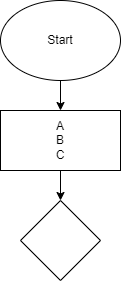
The draw.io diagram Lesson01/Task02/example.drawio.png in Gladun-D/Seminar1C, before a commit. Source tidied: cells renumbered, new cells last; positions are measured from the earlier drawing's top-left corner, leaving out a move shared by most shapes.
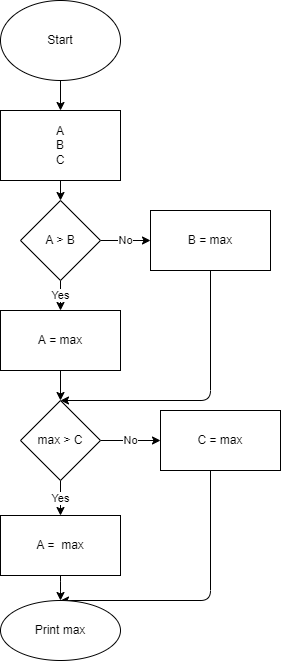
After the commit.

What changed in the source:
```diff
@@ -11,11 +11,64 @@
     <mxCell id="4" style="edgeStyle=none;html=1;" parent="1" edge="1" source="5" target="6">
       <mxGeometry relative="1" as="geometry" />
     </mxCell>
-    <mxCell id="5" value="A&lt;br&gt;B&lt;br&gt;C" style="whiteSpace=wrap;html=1;" parent="1" vertex="1">
-      <mxGeometry y="110" width="120" height="60" as="geometry" />
+    <mxCell id="5" value="A&lt;br&gt;B&lt;br&gt;C&lt;br&gt;" style="whiteSpace=wrap;html=1;" parent="1" vertex="1">
+      <mxGeometry y="110" width="120" height="70" as="geometry" />
     </mxCell>
+    <mxCell id="7" value="Yes" style="edgeStyle=none;html=1;" parent="1" edge="1" source="6" target="10">
+      <mxGeometry relative="1" as="geometry" />
+    </mxCell>
+    <mxCell id="8" value="No" style="edgeStyle=none;html=1;" parent="1" edge="1" source="6" target="12">
+      <mxGeometry relative="1" as="geometry" />
+    </mxCell>
-    <mxCell id="6" style="rhombus;whiteSpace=wrap;html=1;" parent="1" vertex="1">
+    <mxCell id="6" value="A &amp;gt; B" style="rhombus;whiteSpace=wrap;html=1;" parent="1" vertex="1">
       <mxGeometry x="20" y="200" width="80" height="80" as="geometry" />
     </mxCell>
+    <mxCell id="9" style="edgeStyle=none;html=1;" parent="1" edge="1" source="10" target="15">
+      <mxGeometry relative="1" as="geometry" />
+    </mxCell>
+    <mxCell id="10" value="A = max" style="whiteSpace=wrap;html=1;" parent="1" vertex="1">
+      <mxGeometry y="310" width="120" height="60" as="geometry" />
+    </mxCell>
+    <mxCell id="11" style="edgeStyle=elbowEdgeStyle;html=1;entryX=0.5;entryY=0;entryDx=0;entryDy=0;" parent="1" edge="1" source="12" target="15">
+      <mxGeometry relative="1" as="geometry">
+        <Array as="points">
+          <mxPoint x="210" y="310" />
+          <mxPoint x="200" y="320" />
+          <mxPoint x="220" y="320" />
+        </Array>
+      </mxGeometry>
+    </mxCell>
+    <mxCell id="12" value="B = max" style="whiteSpace=wrap;html=1;" parent="1" vertex="1">
+      <mxGeometry x="150" y="210" width="120" height="60" as="geometry" />
+    </mxCell>
+    <mxCell id="13" value="Yes" style="edgeStyle=none;html=1;" parent="1" edge="1" source="15" target="17">
+      <mxGeometry relative="1" as="geometry" />
+    </mxCell>
+    <mxCell id="14" value="No" style="edgeStyle=none;html=1;" parent="1" edge="1" source="15" target="19">
+      <mxGeometry relative="1" as="geometry" />
+    </mxCell>
+    <mxCell id="15" value="max &amp;gt; C" style="rhombus;whiteSpace=wrap;html=1;" parent="1" vertex="1">
+      <mxGeometry x="20" y="400" width="80" height="80" as="geometry" />
+    </mxCell>
+    <mxCell id="16" style="edgeStyle=elbowEdgeStyle;html=1;" parent="1" edge="1" source="17" target="20">
+      <mxGeometry relative="1" as="geometry" />
+    </mxCell>
+    <mxCell id="17" value="A =&amp;nbsp; max" style="whiteSpace=wrap;html=1;" parent="1" vertex="1">
+      <mxGeometry y="515" width="120" height="60" as="geometry" />
+    </mxCell>
+    <mxCell id="18" style="edgeStyle=elbowEdgeStyle;html=1;entryX=0.5;entryY=0;entryDx=0;entryDy=0;" parent="1" edge="1" source="19" target="20">
+      <mxGeometry relative="1" as="geometry">
+        <Array as="points">
+          <mxPoint x="210" y="640" />
+          <mxPoint x="210" y="550" />
+        </Array>
+      </mxGeometry>
+    </mxCell>
+    <mxCell id="19" value="C = max" style="whiteSpace=wrap;html=1;" parent="1" vertex="1">
+      <mxGeometry x="160" y="410" width="120" height="60" as="geometry" />
+    </mxCell>
+    <mxCell id="20" value="Print max" style="ellipse;whiteSpace=wrap;html=1;" parent="1" vertex="1">
+      <mxGeometry y="600" width="120" height="60" as="geometry" />
+    </mxCell>
   </root>
 </mxGraphModel>
```
